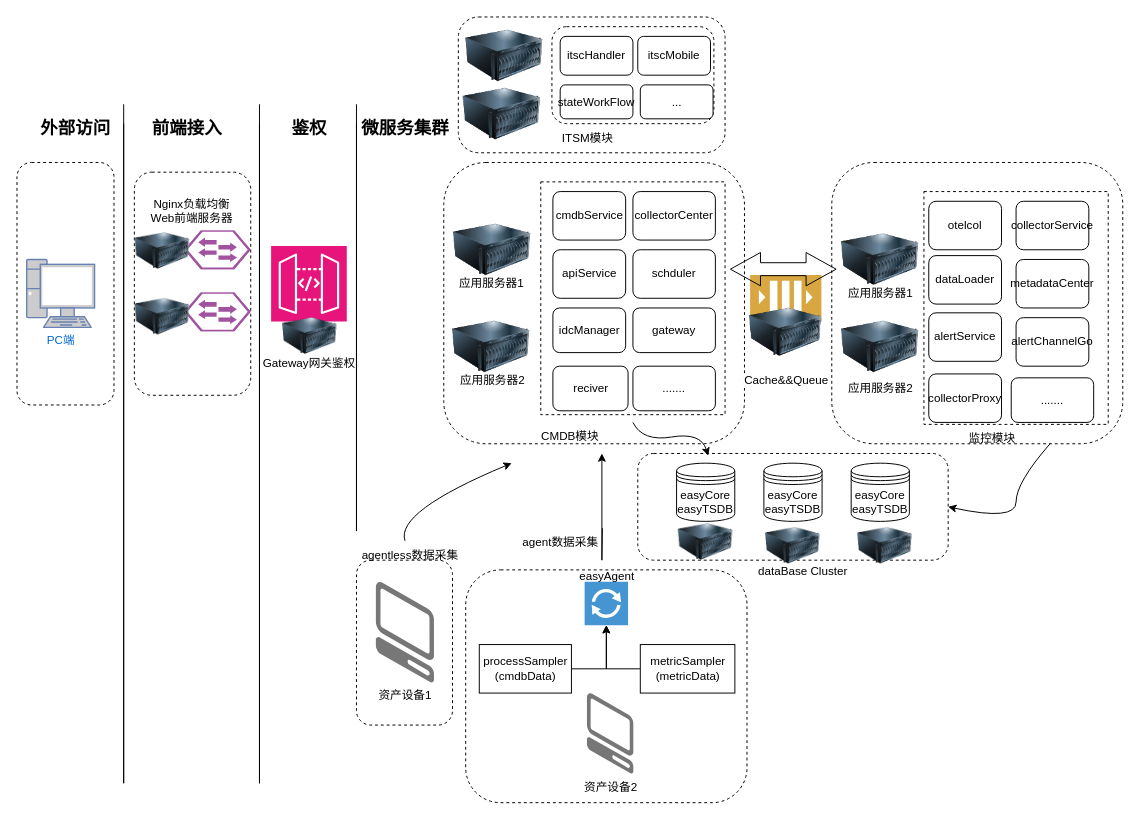
This is 部署架构图.drawio from jaywin2u/practices, a draw.io file, before an edit. Source tidied: cells renumbered, new cells numbered last; positions are measured from the earlier drawing's top-left corner, leaving out a move shared by most shapes. Both pictures are drawn from the tidied source at 97%, with x=0, y=0 at pixel (16, 16).
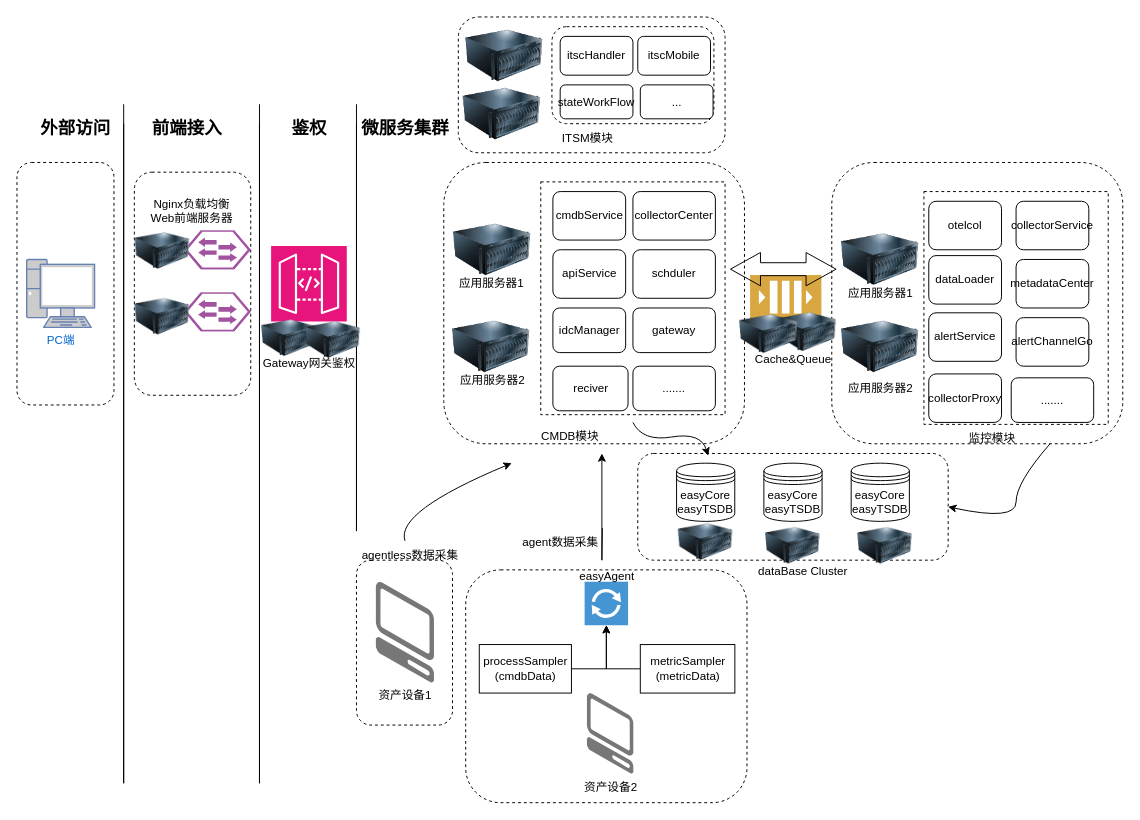
After the change.

Commit message:
更新部署架构图.drawio

The edit, as a diff of the source:
```diff
@@
     <mxCell id="80" style="image;html=1;image=img/lib/clip_art/computers/Server_128x128.png;rounded=0;strokeColor=default;align=center;verticalAlign=middle;fontFamily=Helvetica;fontSize=12;fontColor=default;fillColor=default;" parent="1" vertex="1">
-      <mxGeometry x="262" y="310" width="80" height="37.8" as="geometry" />
+      <mxGeometry x="251" y="312.2" width="59" height="37.8" as="geometry" />
     </mxCell>
@@
-    <mxCell id="82" value="Cache&amp;amp;&amp;amp;Queue" style="image;html=1;image=img/lib/clip_art/computers/Server_128x128.png;rounded=0;strokeColor=default;align=center;verticalAlign=middle;fontFamily=Helvetica;fontSize=12;fontColor=default;fillColor=default;" parent="1" vertex="1">
-      <mxGeometry x="752.5" y="300" width="80" height="50" as="geometry" />
-    </mxCell>
@@
+    <mxCell id="86" style="image;html=1;image=img/lib/clip_art/computers/Server_128x128.png;rounded=0;strokeColor=default;align=center;verticalAlign=middle;fontFamily=Helvetica;fontSize=12;fontColor=default;fillColor=default;" parent="1" vertex="1">
+      <mxGeometry x="291" y="314" width="70" height="37.8" as="geometry" />
+    </mxCell>
+    <mxCell id="87" style="image;html=1;image=img/lib/clip_art/computers/Server_128x128.png;rounded=0;strokeColor=default;align=center;verticalAlign=middle;fontFamily=Helvetica;fontSize=12;fontColor=default;fillColor=default;" parent="1" vertex="1">
+      <mxGeometry x="785" y="301.8" width="60" height="46.1" as="geometry" />
+    </mxCell>
+    <mxCell id="88" style="image;html=1;image=img/lib/clip_art/computers/Server_128x128.png;rounded=0;strokeColor=default;align=center;verticalAlign=middle;fontFamily=Helvetica;fontSize=12;fontColor=default;fillColor=default;" parent="1" vertex="1">
+      <mxGeometry x="745" y="301.8" width="60" height="50" as="geometry" />
+    </mxCell>
+    <mxCell id="89" value="Cache&amp;amp;Queue" style="text;html=1;align=center;verticalAlign=middle;strokeColor=none;fillColor=none;fontFamily=Helvetica;fontSize=12;fontColor=default;" parent="1" vertex="1">
+      <mxGeometry x="750" y="338" width="100" height="30" as="geometry" />
+    </mxCell>
```
